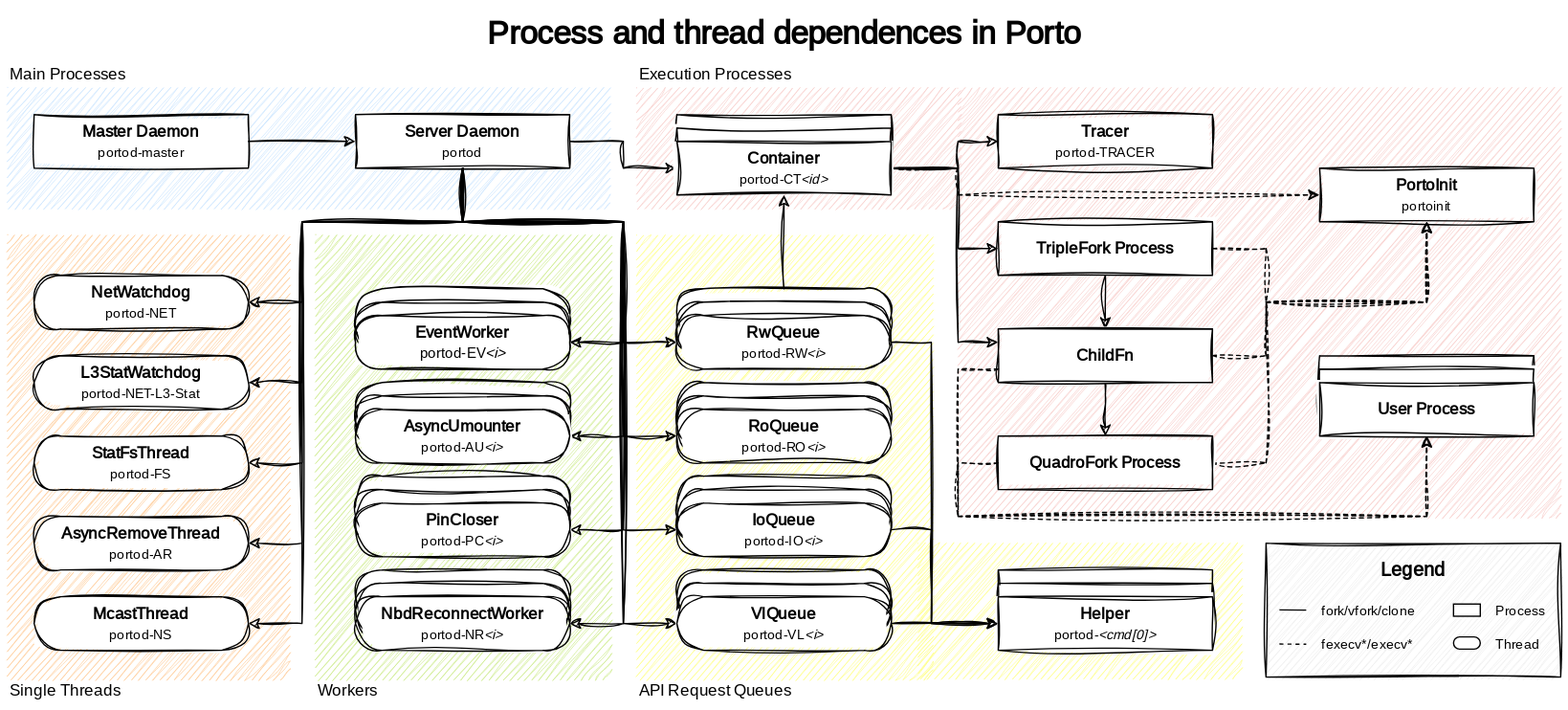
The draw.io diagram doc/images/processes_and_threads.svg in ten-nancy/porto, before a commit. Source tidied: cells renumbered, new cells last; positions are measured from the earlier drawing's top-left corner, leaving out a move shared by most shapes.
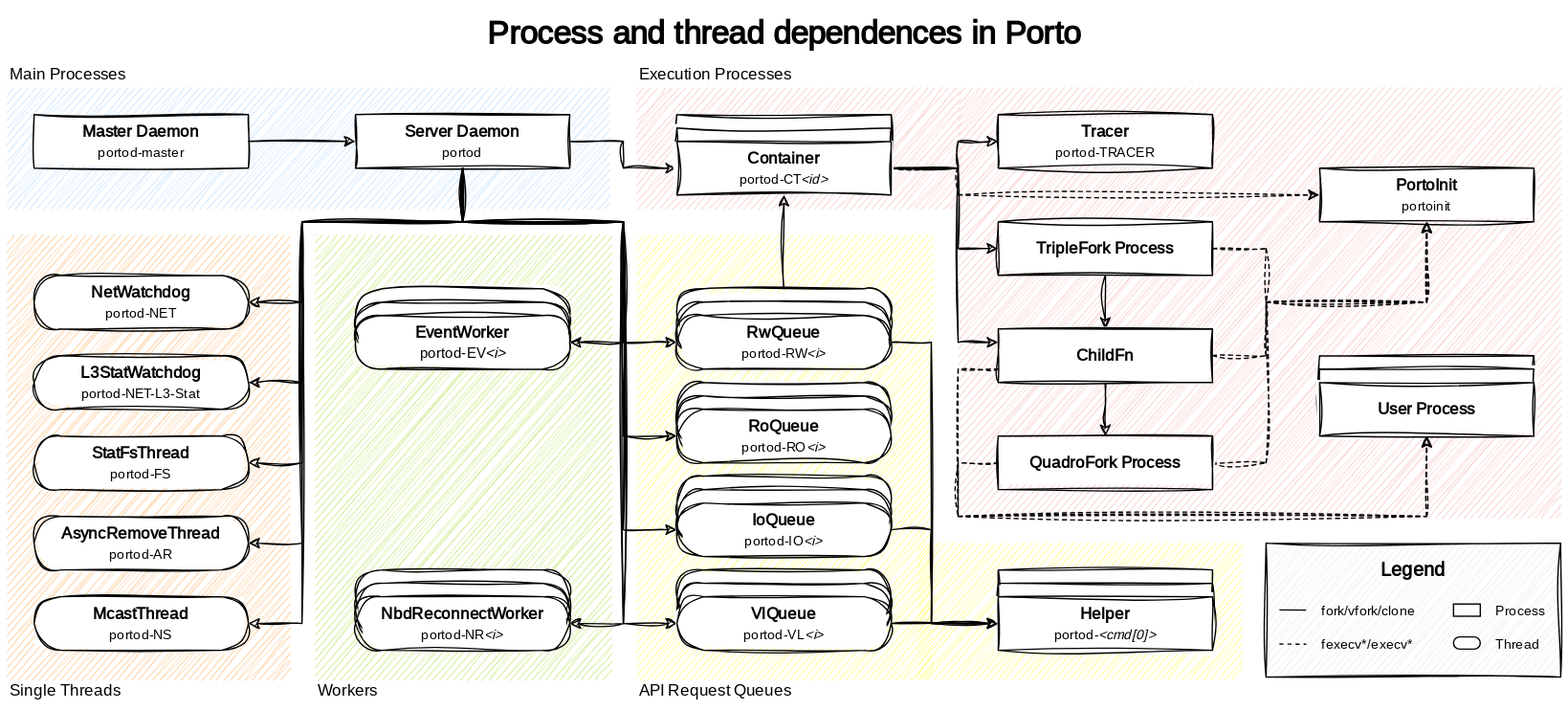
After the change.

What changed in the source:
```diff
@@ -91,15 +91,6 @@
         </Array>
       </mxGeometry>
     </mxCell>
-    <mxCell id="21" style="edgeStyle=orthogonalEdgeStyle;rounded=0;jettySize=auto;html=1;entryX=1;entryY=0.5;entryDx=0;entryDy=0;exitX=0.5;exitY=1;exitDx=0;exitDy=0;align=center;fontFamily=Sora;sketch=1;curveFitting=1;jiggle=2;fontSource=https%3A%2F%2Ffonts.googleapis.com%2Fcss%3Ffamily%3DSora;" parent="1" edge="1" source="10" target="75">
-      <mxGeometry relative="1" as="geometry">
-        <Array as="points">
-          <mxPoint x="340" y="160" />
-          <mxPoint x="460" y="160" />
-          <mxPoint x="460" y="320" />
-        </Array>
-      </mxGeometry>
-    </mxCell>
     <mxCell id="22" value="&lt;b&gt;McastThread&lt;br&gt;&lt;/b&gt;&lt;font style=&quot;font-size: 10px;&quot;&gt;portod-NS&lt;/font&gt;" style="rounded=1;whiteSpace=wrap;html=1;arcSize=50;align=center;shadow=0;glass=0;fontFamily=Sora;sketch=1;curveFitting=1;jiggle=2;fontSource=https%3A%2F%2Ffonts.googleapis.com%2Fcss%3Ffamily%3DSora;" parent="1" vertex="1">
       <mxGeometry x="20" y="440" width="160" height="40" as="geometry" />
     </mxCell>
@@ -112,15 +103,6 @@
         </Array>
       </mxGeometry>
     </mxCell>
-    <mxCell id="24" style="edgeStyle=orthogonalEdgeStyle;rounded=0;jettySize=auto;html=1;entryX=1;entryY=0.5;entryDx=0;entryDy=0;align=center;fontFamily=Sora;sketch=1;curveFitting=1;jiggle=2;fontSource=https%3A%2F%2Ffonts.googleapis.com%2Fcss%3Ffamily%3DSora;exitX=0.5;exitY=1;exitDx=0;exitDy=0;" parent="1" edge="1" source="10" target="72">
-      <mxGeometry relative="1" as="geometry">
-        <Array as="points">
-          <mxPoint x="340" y="160" />
-          <mxPoint x="460" y="160" />
-          <mxPoint x="460" y="390" />
-        </Array>
-      </mxGeometry>
-    </mxCell>
     <mxCell id="25" style="edgeStyle=orthogonalEdgeStyle;rounded=0;jettySize=auto;html=1;entryX=1;entryY=0.5;entryDx=0;entryDy=0;align=center;fontFamily=Sora;sketch=1;curveFitting=1;jiggle=2;fontSource=https%3A%2F%2Ffonts.googleapis.com%2Fcss%3Ffamily%3DSora;exitX=0.5;exitY=1;exitDx=0;exitDy=0;" parent="1" edge="1" source="10" target="69">
       <mxGeometry relative="1" as="geometry">
         <Array as="points">
@@ -359,18 +341,12 @@
     <mxCell id="71" style="rounded=1;whiteSpace=wrap;html=1;arcSize=50;align=center;fontFamily=Sora;sketch=1;curveFitting=1;jiggle=2;fontSource=https%3A%2F%2Ffonts.googleapis.com%2Fcss%3Ffamily%3DSora;" parent="1" vertex="1">
       <mxGeometry x="260" y="360" width="160" height="40" as="geometry" />
     </mxCell>
-    <mxCell id="72" value="&lt;b&gt;PinCloser&lt;br&gt;&lt;/b&gt;&lt;font style=&quot;font-size: 10px;&quot;&gt;portod-PC&lt;i&gt;&lt;/i&gt;&lt;i style=&quot;border-color: var(--border-color);&quot;&gt;&amp;lt;i&amp;gt;&lt;/i&gt;&lt;/font&gt;" style="rounded=1;whiteSpace=wrap;html=1;arcSize=50;align=center;shadow=0;glass=0;fillStyle=auto;fontFamily=Sora;sketch=1;curveFitting=1;jiggle=2;fontSource=https%3A%2F%2Ffonts.googleapis.com%2Fcss%3Ffamily%3DSora;" parent="1" vertex="1">
-      <mxGeometry x="260" y="370" width="160" height="40" as="geometry" />
-    </mxCell>
     <mxCell id="73" style="rounded=1;whiteSpace=wrap;html=1;arcSize=50;align=center;fontFamily=Sora;sketch=1;curveFitting=1;jiggle=2;fontSource=https%3A%2F%2Ffonts.googleapis.com%2Fcss%3Ffamily%3DSora;" parent="1" vertex="1">
       <mxGeometry x="260" y="280" width="160" height="40" as="geometry" />
     </mxCell>
     <mxCell id="74" style="rounded=1;whiteSpace=wrap;html=1;arcSize=50;align=center;fontFamily=Sora;sketch=1;curveFitting=1;jiggle=2;fontSource=https%3A%2F%2Ffonts.googleapis.com%2Fcss%3Ffamily%3DSora;" parent="1" vertex="1">
       <mxGeometry x="260" y="290" width="160" height="40" as="geometry" />
     </mxCell>
-    <mxCell id="75" value="&lt;b&gt;AsyncUmounter&lt;br&gt;&lt;/b&gt;&lt;font style=&quot;font-size: 10px;&quot;&gt;portod-AU&lt;i&gt;&lt;/i&gt;&lt;i style=&quot;border-color: var(--border-color);&quot;&gt;&amp;lt;i&amp;gt;&lt;/i&gt;&lt;/font&gt;" style="rounded=1;whiteSpace=wrap;html=1;arcSize=50;align=center;shadow=0;glass=0;fillStyle=auto;fontFamily=Sora;sketch=1;curveFitting=1;jiggle=2;fontSource=https%3A%2F%2Ffonts.googleapis.com%2Fcss%3Ffamily%3DSora;" parent="1" vertex="1">
-      <mxGeometry x="260" y="300" width="160" height="40" as="geometry" />
-    </mxCell>
     <mxCell id="76" style="rounded=1;whiteSpace=wrap;html=1;arcSize=50;align=center;fontFamily=Sora;sketch=1;curveFitting=1;jiggle=2;fontSource=https%3A%2F%2Ffonts.googleapis.com%2Fcss%3Ffamily%3DSora;" parent="1" vertex="1">
       <mxGeometry x="260" y="210" width="160" height="40" as="geometry" />
     </mxCell>
```
